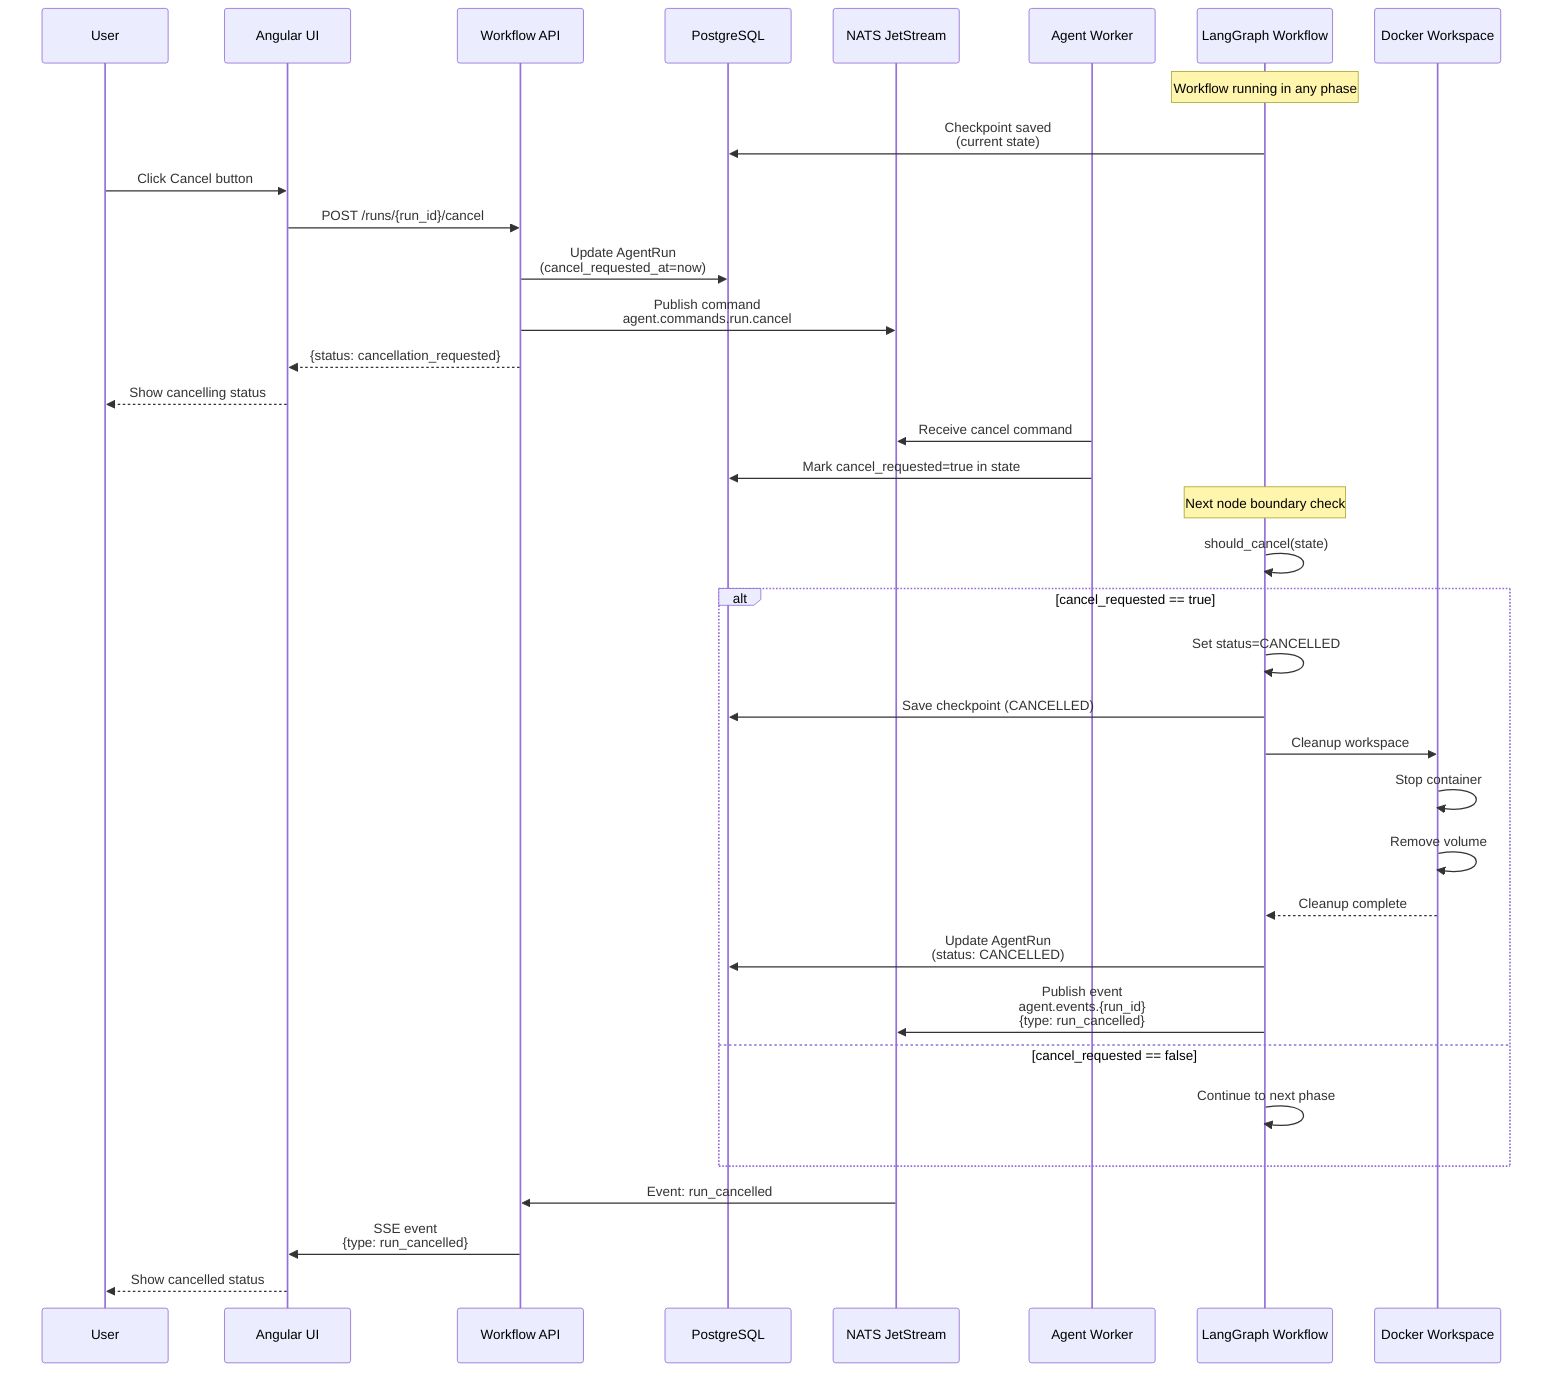
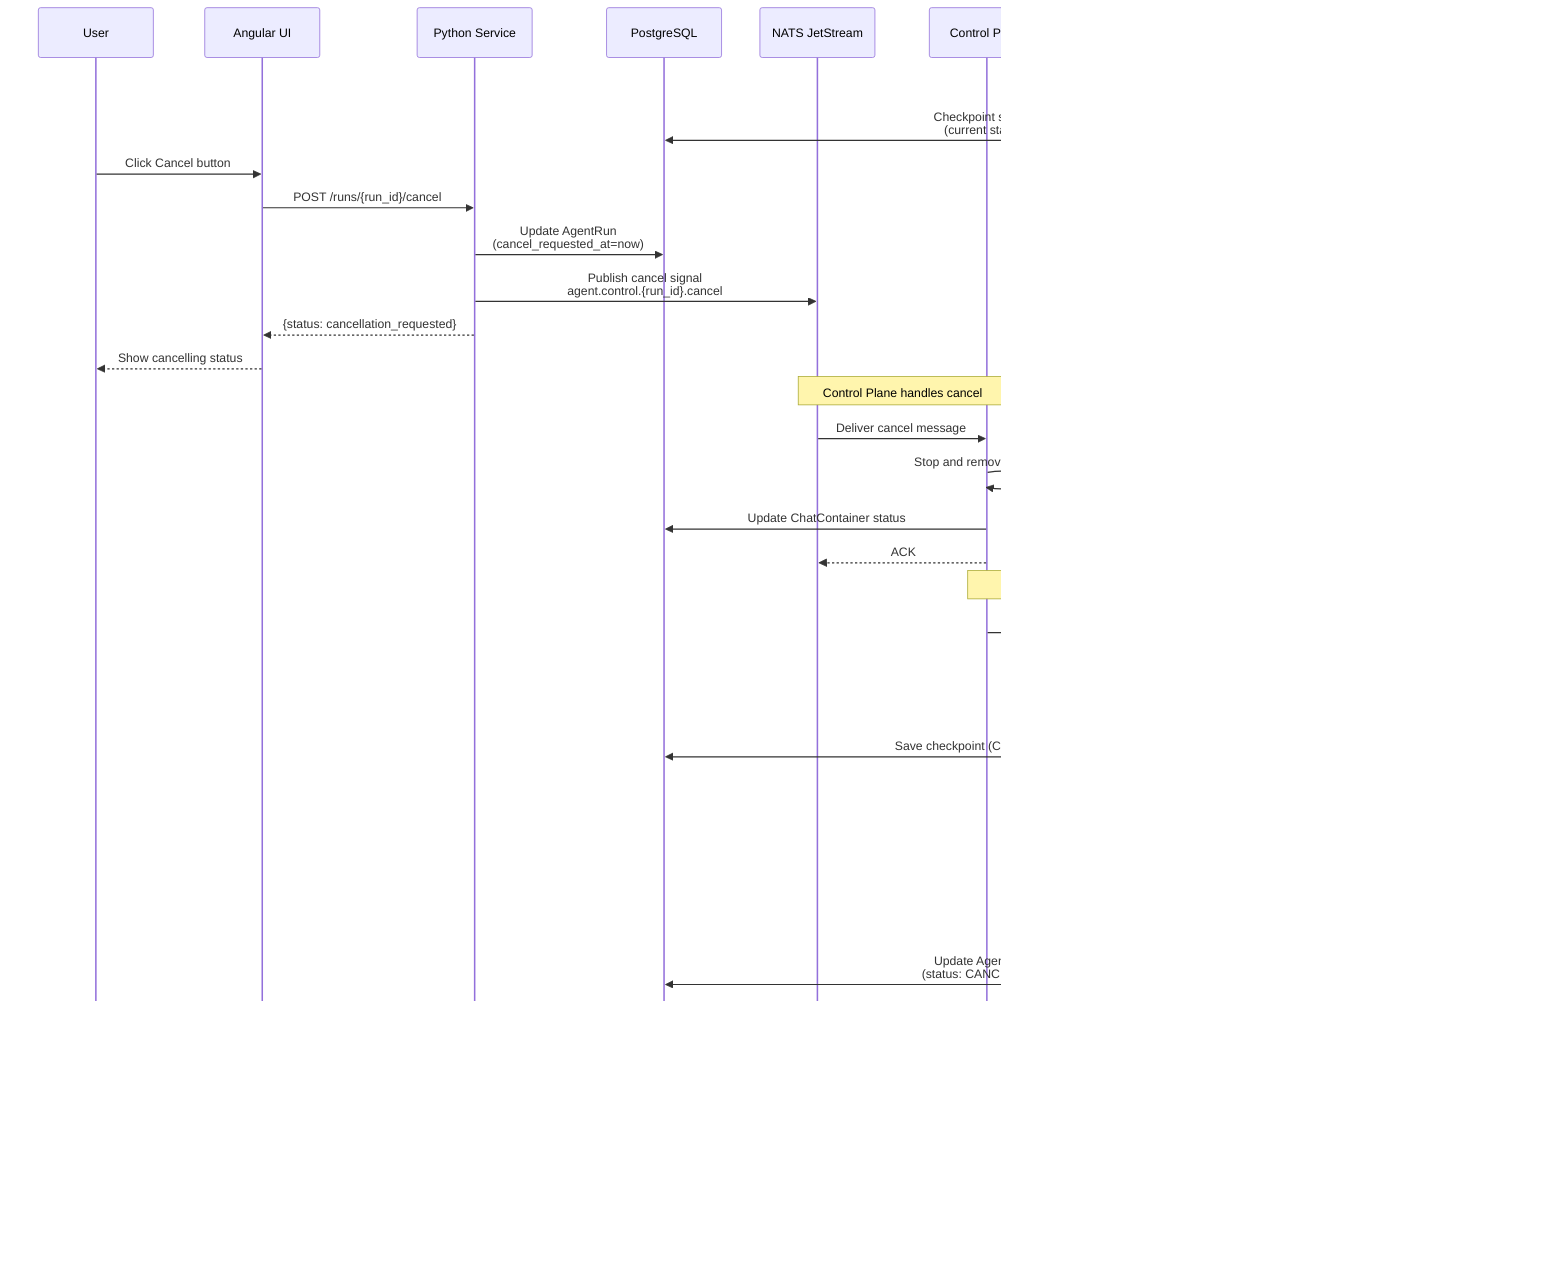
sequenceDiagram
    participant User
    participant WebUI as Angular UI
-     participant WorkflowAPI as Workflow API
+     participant PythonService as Python Service
    participant PostgreSQL as PostgreSQL
    participant NATS as NATS JetStream
+     participant ControlPlane as Control Plane
    participant Worker as Agent Worker
    participant LangGraph as LangGraph Workflow
    participant Workspace as Docker Workspace

    Note over LangGraph: Workflow running in any phase
    LangGraph->>PostgreSQL: Checkpoint saved<br/>(current state)

    User->>WebUI: Click Cancel button
-     WebUI->>WorkflowAPI: POST /runs/{run_id}/cancel
-     WorkflowAPI->>PostgreSQL: Update AgentRun<br/>(cancel_requested_at=now)
-     WorkflowAPI->>NATS: Publish command<br/>agent.commands.run.cancel
-     WorkflowAPI-->>WebUI: {status: cancellation_requested}
+     WebUI->>PythonService: POST /runs/{run_id}/cancel
+     PythonService->>PostgreSQL: Update AgentRun<br/>(cancel_requested_at=now)
+     PythonService->>NATS: Publish cancel signal<br/>agent.control.{run_id}.cancel
+     PythonService-->>WebUI: {status: cancellation_requested}
    WebUI-->>User: Show cancelling status

-     Worker->>NATS: Receive cancel command
-     Worker->>PostgreSQL: Mark cancel_requested=true in state
+     Note over NATS,ControlPlane: Control Plane handles cancel
+     NATS->>ControlPlane: Deliver cancel message
+     ControlPlane->>ControlPlane: Stop and remove container
+     ControlPlane->>PostgreSQL: Update ChatContainer status
+     ControlPlane-->>NATS: ACK

-     Note over LangGraph: Next node boundary check
-     LangGraph->>LangGraph: should_cancel(state)
-     alt cancel_requested == true
-         LangGraph->>LangGraph: Set status=CANCELLED
-         LangGraph->>PostgreSQL: Save checkpoint (CANCELLED)
-         LangGraph->>Workspace: Cleanup workspace
-         Workspace->>Workspace: Stop container
-         Workspace->>Workspace: Remove volume
-         Workspace-->>LangGraph: Cleanup complete
-         LangGraph->>PostgreSQL: Update AgentRun<br/>(status: CANCELLED)
-         LangGraph->>NATS: Publish event<br/>agent.events.{run_id}<br/>{type: run_cancelled}
-     else cancel_requested == false
-         LangGraph->>LangGraph: Continue to next phase
-     end
+     Note over ControlPlane,Worker: Container termination
+     ControlPlane->>Worker: Stop container
+     Worker->>LangGraph: Interrupt workflow
+     LangGraph->>LangGraph: Set status=CANCELLED
+     LangGraph->>PostgreSQL: Save checkpoint (CANCELLED)
+     LangGraph->>Workspace: Cleanup workspace
+     Workspace->>Workspace: Stop container
+     Workspace->>Workspace: Remove volume
+     Workspace-->>LangGraph: Cleanup complete
+     LangGraph->>PostgreSQL: Update AgentRun<br/>(status: CANCELLED)
+     Worker->>NATS: Publish final event<br/>agent.events.{run_id}.cancelled

-     NATS->>WorkflowAPI: Event: run_cancelled
-     WorkflowAPI->>WebUI: SSE event<br/>{type: run_cancelled}
+     Note over NATS,PythonService: Event propagation
+     NATS->>PythonService: Event: run_cancelled
+     PythonService->>WebUI: SSE event<br/>{type: run_cancelled}
    WebUI-->>User: Show cancelled status
